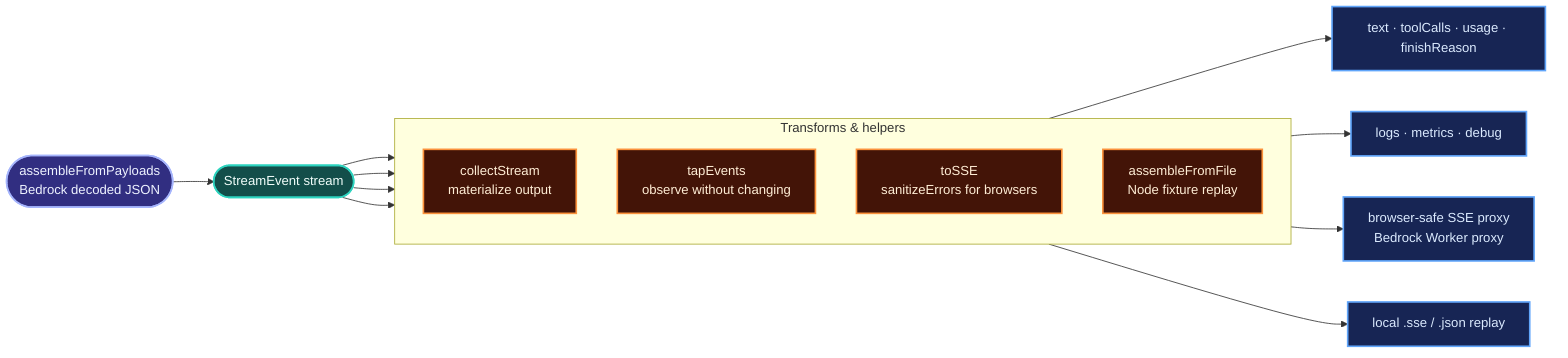
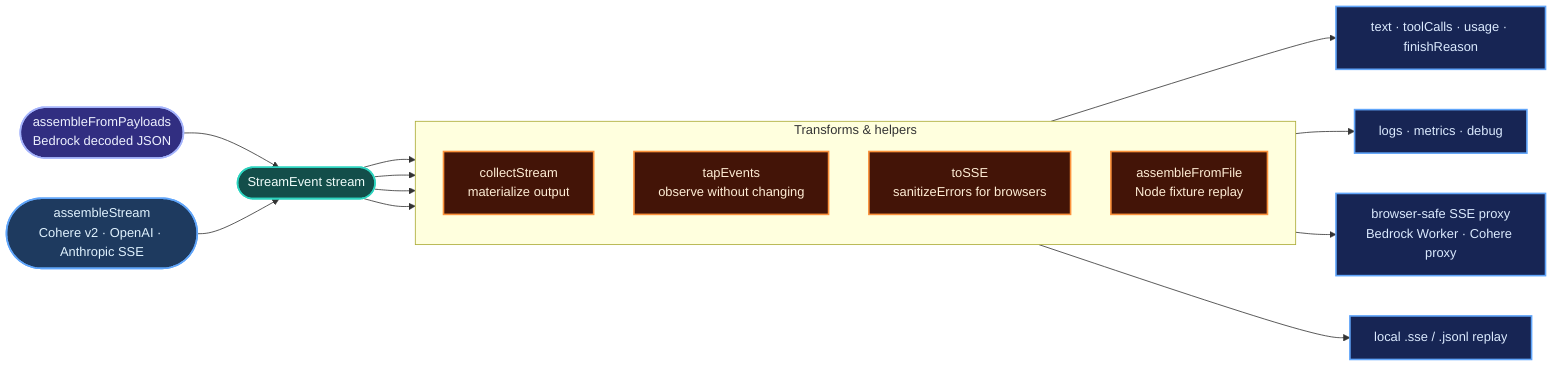
flowchart LR
	PAY(["assembleFromPayloads<br/>Bedrock decoded JSON"])
+ 	SSEIN(["assembleStream<br/>Cohere v2 · OpenAI · Anthropic SSE"])
	PAY --> EVENTS(["StreamEvent stream"])
+ 	SSEIN --> EVENTS

	subgraph TRANSFORMS["Transforms & helpers"]
		direction TB
		COL["collectStream<br/>materialize output"]
		TAP["tapEvents<br/>observe without changing"]
		SSE["toSSE<br/>sanitizeErrors for browsers"]
		FILE["assembleFromFile<br/>Node fixture replay"]
	end

	EVENTS --> COL
	EVENTS --> TAP
	EVENTS --> SSE
	EVENTS --> FILE

	COL --> OUT1["text · toolCalls · usage · finishReason"]
	TAP --> OUT2["logs · metrics · debug"]
- 	SSE --> OUT3["browser-safe SSE proxy<br/>Bedrock Worker proxy"]
- 	FILE --> OUT4["local .sse / .json replay"]
+ 	SSE --> OUT3["browser-safe SSE proxy<br/>Bedrock Worker · Cohere proxy"]
+ 	FILE --> OUT4["local .sse / .jsonl replay"]

	classDef io fill:#134e4a,stroke:#2dd4bf,stroke-width:2px,color:#f0fdfa
	classDef transform fill:#431407,stroke:#fb923c,stroke-width:2px,color:#ffedd5
	classDef bedrock fill:#312e81,stroke:#a5b4fc,stroke-width:2px,color:#eef2ff
+ 	classDef sse fill:#1e3a5f,stroke:#60a5fa,stroke-width:2px,color:#e0f2fe
	classDef out fill:#172554,stroke:#60a5fa,stroke-width:2px,color:#dbeafe

	class PAY bedrock
+ 	class SSEIN sse
	class EVENTS io
	class COL,TAP,SSE,FILE transform
	class OUT1,OUT2,OUT3,OUT4 out
